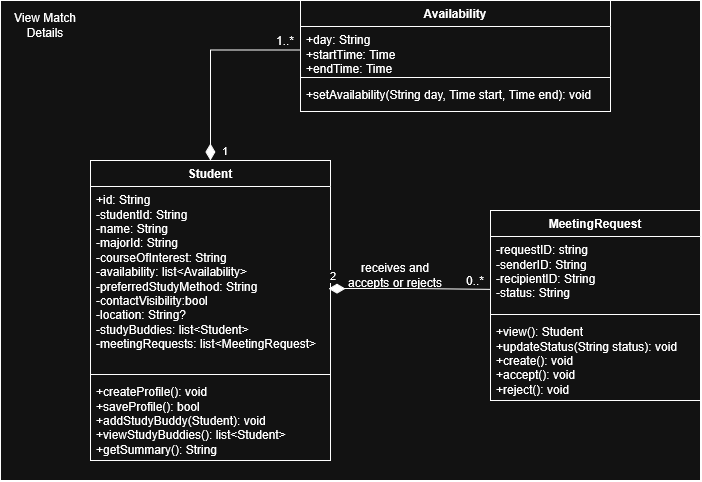
Before: docs/uml/slices/jordan-view-match-details/classes.png, a diagram exported from draw.io (Deismus/Group6Project). Source tidied: cells renumbered, new cells last; positions are measured from the earlier drawing's top-left corner, leaving out a move shared by most shapes.
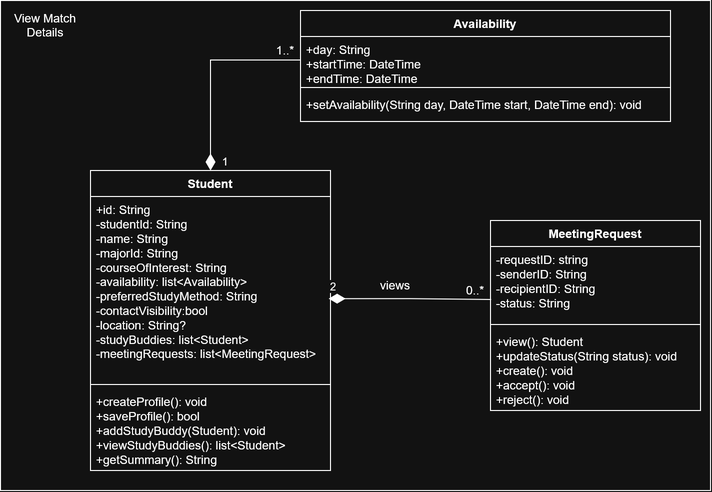
Above is the later version.

Diff of the diagram source:
```diff
@@ -3,10 +3,10 @@
     <mxCell id="0" />
     <mxCell id="1" parent="0" />
     <mxCell id="2" style="rounded=0;whiteSpace=wrap;html=1;" parent="1" vertex="1">
-      <mxGeometry width="700" height="480" as="geometry" />
+      <mxGeometry y="-10" width="710" height="490" as="geometry" />
     </mxCell>
     <mxCell id="3" value="View Match Details" style="text;html=1;whiteSpace=wrap;strokeColor=none;fillColor=none;align=center;verticalAlign=middle;rounded=0;" parent="1" vertex="1">
-      <mxGeometry y="10" width="90" height="30" as="geometry" />
+      <mxGeometry width="90" height="30" as="geometry" />
     </mxCell>
     <mxCell id="4" value="Student" style="swimlane;fontStyle=1;align=center;verticalAlign=top;horizontal=1;startSize=26;whiteSpace=wrap;html=1;" parent="1" vertex="1">
       <mxGeometry x="90" y="160" width="240" height="300" as="geometry" />
@@ -33,16 +33,16 @@
       <mxGeometry y="108" width="210" height="82" as="geometry" />
     </mxCell>
     <mxCell id="12" value="Availability" style="swimlane;fontStyle=1;align=center;verticalAlign=top;horizontal=1;startSize=26;whiteSpace=wrap;html=1;" parent="1" vertex="1">
-      <mxGeometry x="300" width="310" height="111" as="geometry" />
+      <mxGeometry x="300" width="370" height="111" as="geometry" />
     </mxCell>
-    <mxCell id="13" value="+day: String&lt;div&gt;+startTime: Time&lt;/div&gt;&lt;div&gt;+endTime: Time&lt;/div&gt;" style="text;strokeColor=none;fillColor=none;align=left;verticalAlign=top;spacingLeft=4;spacingRight=4;overflow=hidden;points=[[0,0.5],[1,0.5]];portConstraint=eastwest;whiteSpace=wrap;html=1;" parent="12" vertex="1">
-      <mxGeometry y="26" width="310" height="47" as="geometry" />
+    <mxCell id="13" value="+day: String&lt;div&gt;+startTime: DateTime&lt;/div&gt;&lt;div&gt;+endTime: DateTime&lt;/div&gt;" style="text;strokeColor=none;fillColor=none;align=left;verticalAlign=top;spacingLeft=4;spacingRight=4;overflow=hidden;points=[[0,0.5],[1,0.5]];portConstraint=eastwest;whiteSpace=wrap;html=1;" parent="12" vertex="1">
+      <mxGeometry y="26" width="370" height="47" as="geometry" />
     </mxCell>
     <mxCell id="14" style="line;strokeWidth=1;align=left;verticalAlign=middle;spacingTop=-1;spacingLeft=3;spacingRight=3;labelPosition=right;" parent="12" vertex="1">
-      <mxGeometry y="73" width="310" height="8" as="geometry" />
+      <mxGeometry y="73" width="370" height="8" as="geometry" />
     </mxCell>
-    <mxCell id="15" value="+setAvailability(String day, Time start, Time end): void" style="text;strokeColor=none;fillColor=none;align=left;verticalAlign=top;spacingLeft=4;spacingRight=4;overflow=hidden;whiteSpace=wrap;html=1;" parent="12" vertex="1">
-      <mxGeometry y="81" width="310" height="30" as="geometry" />
+    <mxCell id="15" value="+setAvailability(String day, DateTime start, DateTime end): void" style="text;strokeColor=none;fillColor=none;align=left;verticalAlign=top;spacingLeft=4;spacingRight=4;overflow=hidden;whiteSpace=wrap;html=1;" parent="12" vertex="1">
+      <mxGeometry y="81" width="370" height="30" as="geometry" />
     </mxCell>
     <mxCell id="16" value="2" style="endArrow=none;html=1;endSize=12;startArrow=diamondThin;startSize=14;startFill=1;edgeStyle=orthogonalEdgeStyle;align=left;verticalAlign=bottom;rounded=0;exitX=0.992;exitY=0.555;exitDx=0;exitDy=0;exitPerimeter=0;entryX=0.003;entryY=0.716;entryDx=0;entryDy=0;endFill=0;entryPerimeter=0;" parent="1" edge="1" source="5" target="9">
       <mxGeometry x="-1" y="3" relative="1" as="geometry" />
@@ -56,7 +56,7 @@
     <mxCell id="19" value="1..*" style="text;html=1;whiteSpace=wrap;strokeColor=none;fillColor=none;align=center;verticalAlign=middle;rounded=0;" parent="1" vertex="1">
       <mxGeometry x="270" y="30" width="30" height="20" as="geometry" />
     </mxCell>
-    <mxCell id="20" value="receives and accepts or rejects" style="text;html=1;whiteSpace=wrap;strokeColor=none;fillColor=none;align=center;verticalAlign=middle;rounded=0;" parent="1" vertex="1">
+    <mxCell id="20" value="views" style="text;html=1;whiteSpace=wrap;strokeColor=none;fillColor=none;align=center;verticalAlign=middle;rounded=0;" parent="1" vertex="1">
       <mxGeometry x="340" y="260" width="110" height="30" as="geometry" />
     </mxCell>
   </root>
```
